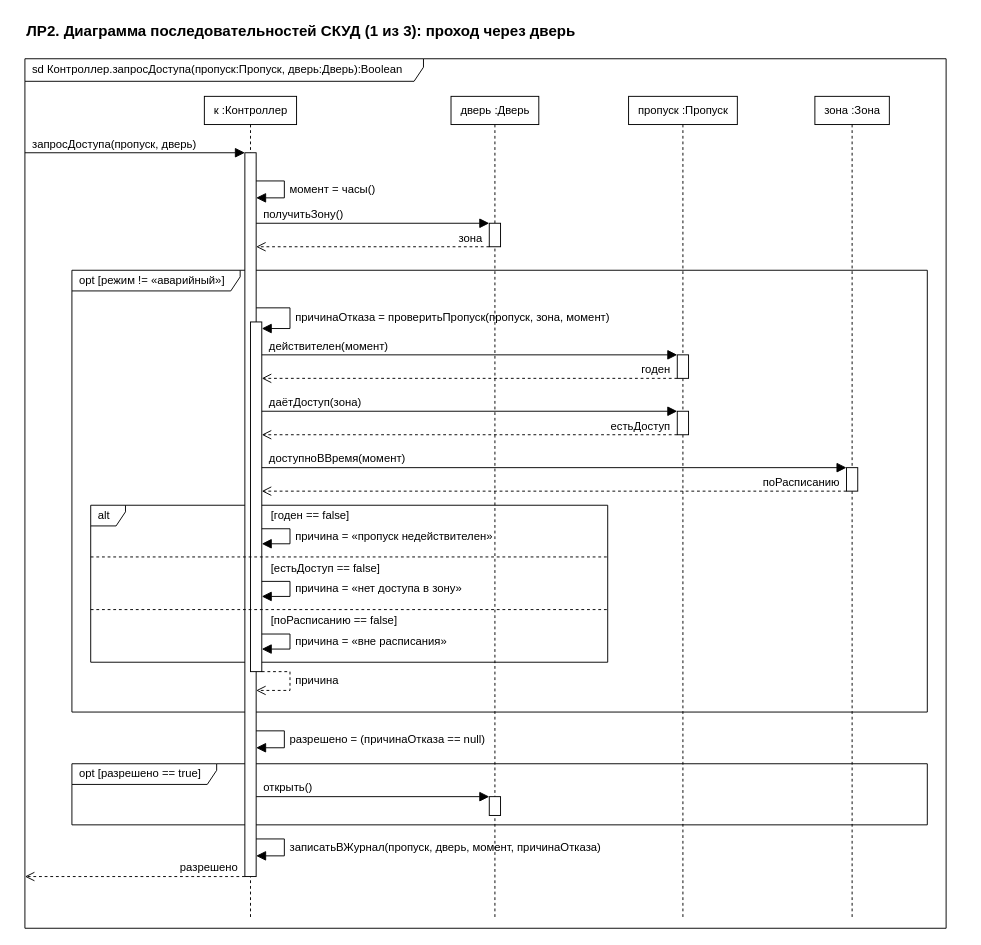
Above: page "ЛР2 — Последовательность 1 (проход)" (8 of 10) of СКУД.drawio in Rem1yo/ooap-skud-uml (draw.io), before the change. Source tidied: cells renumbered, new cells numbered last; positions are measured from the earlier drawing's top-left corner, leaving out a move shared by most shapes. Both pictures are drawn from the tidied source at 94%, with x=0, y=0 at pixel (24, 16).
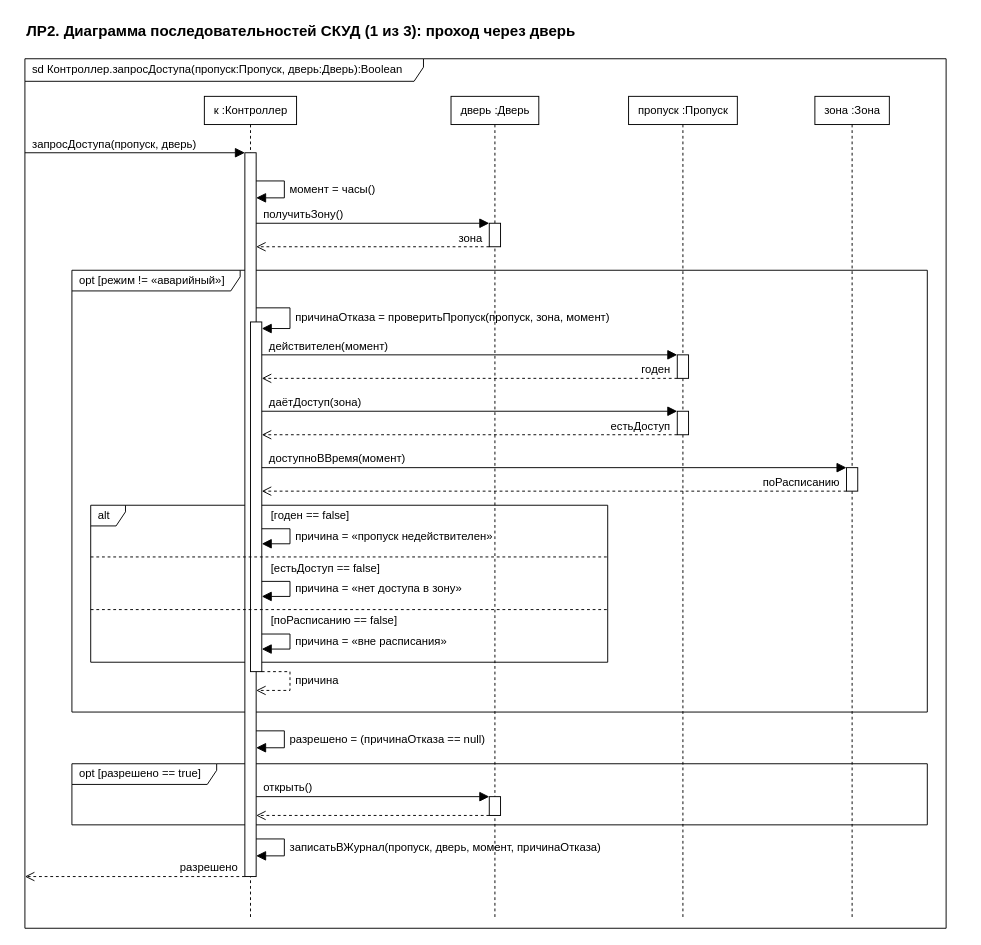
Above is the later version.

Change to the diagram source:
```diff
@@
+    <mxCell id="65" style="edgeStyle=none;html=1;rounded=0;strokeColor=#000000;dashed=1;endArrow=open;endFill=0;endSize=8;" parent="1" edge="1">
+      <mxGeometry relative="1" as="geometry">
+        <mxPoint x="494" y="850" as="sourcePoint" />
+        <mxPoint x="246" y="850" as="targetPoint" />
+      </mxGeometry>
+    </mxCell>
```
